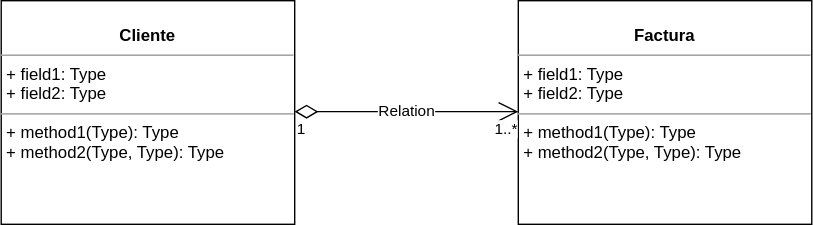
This is diagrams/diag04.drawio.svg from Xurxo-ojea/diagramGit, a draw.io export, as it was before one commit. Source tidied: cells renumbered, new cells last; positions are measured from the earlier drawing's top-left corner, leaving out a move shared by most shapes.
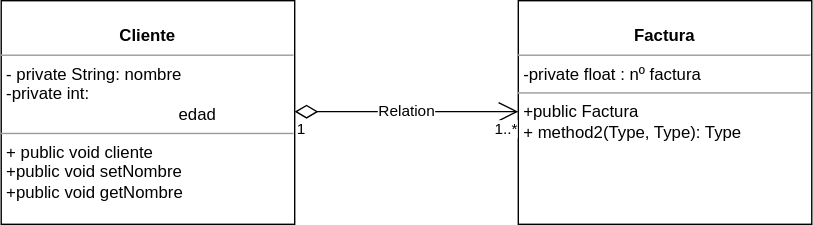
The same diagram one commit later.

Commit message:
ultimo diagrama

Change to the diagram source:
```diff
@@ -2,10 +2,10 @@
   <root>
     <mxCell id="0" />
     <mxCell id="1" parent="0" />
-    <mxCell id="2" value="&lt;p style=&quot;margin: 0px ; margin-top: 4px ; text-align: center&quot;&gt;&lt;br&gt;&lt;b&gt;Factura&lt;/b&gt;&lt;/p&gt;&lt;hr size=&quot;1&quot;&gt;&lt;p style=&quot;margin: 0px ; margin-left: 4px&quot;&gt;+ field1: Type&lt;br&gt;+ field2: Type&lt;/p&gt;&lt;hr size=&quot;1&quot;&gt;&lt;p style=&quot;margin: 0px ; margin-left: 4px&quot;&gt;+ method1(Type): Type&lt;br&gt;+ method2(Type, Type): Type&lt;/p&gt;" style="verticalAlign=top;align=left;overflow=fill;fontSize=12;fontFamily=Helvetica;html=1;" parent="1" vertex="1">
+    <mxCell id="2" value="&lt;p style=&quot;margin: 0px ; margin-top: 4px ; text-align: center&quot;&gt;&lt;br&gt;&lt;b&gt;Factura&lt;/b&gt;&lt;/p&gt;&lt;hr size=&quot;1&quot;&gt;&lt;p style=&quot;margin: 0px ; margin-left: 4px&quot;&gt;-private float : nº factura&lt;/p&gt;&lt;hr size=&quot;1&quot;&gt;&lt;p style=&quot;margin: 0px ; margin-left: 4px&quot;&gt;+public Factura&lt;/p&gt;&lt;p style=&quot;margin: 0px ; margin-left: 4px&quot;&gt;+ method2(Type, Type): Type&lt;/p&gt;" style="verticalAlign=top;align=left;overflow=fill;fontSize=12;fontFamily=Helvetica;html=1;" parent="1" vertex="1">
       <mxGeometry x="370" width="210" height="160" as="geometry" />
     </mxCell>
-    <mxCell id="3" value="&lt;p style=&quot;margin: 0px ; margin-top: 4px ; text-align: center&quot;&gt;&lt;br&gt;&lt;b&gt;Cliente&lt;/b&gt;&lt;/p&gt;&lt;hr size=&quot;1&quot;&gt;&lt;p style=&quot;margin: 0px ; margin-left: 4px&quot;&gt;+ field1: Type&lt;br&gt;+ field2: Type&lt;/p&gt;&lt;hr size=&quot;1&quot;&gt;&lt;p style=&quot;margin: 0px ; margin-left: 4px&quot;&gt;+ method1(Type): Type&lt;br&gt;+ method2(Type, Type): Type&lt;/p&gt;" style="verticalAlign=top;align=left;overflow=fill;fontSize=12;fontFamily=Helvetica;html=1;" parent="1" vertex="1">
+    <mxCell id="3" value="&lt;p style=&quot;margin: 0px ; margin-top: 4px ; text-align: center&quot;&gt;&lt;br&gt;&lt;b&gt;Cliente&lt;/b&gt;&lt;/p&gt;&lt;hr size=&quot;1&quot;&gt;&lt;p style=&quot;margin: 0px ; margin-left: 4px&quot;&gt;- private String: nombre&lt;br&gt;-private int:&lt;span style=&quot;white-space: pre;&quot;&gt;&#9;&lt;/span&gt;&amp;nbsp; edad&lt;/p&gt;&lt;hr size=&quot;1&quot;&gt;&lt;p style=&quot;margin: 0px ; margin-left: 4px&quot;&gt;+ public void cliente&lt;br&gt;+public void setNombre&lt;/p&gt;&lt;p style=&quot;margin: 0px ; margin-left: 4px&quot;&gt;+public void getNombre&lt;/p&gt;" style="verticalAlign=top;align=left;overflow=fill;fontSize=12;fontFamily=Helvetica;html=1;labelBorderColor=none;" parent="1" vertex="1">
       <mxGeometry width="210" height="160" as="geometry" />
     </mxCell>
     <mxCell id="4" value="Relation" style="endArrow=open;html=1;endSize=12;startArrow=diamondThin;startSize=14;startFill=0;edgeStyle=orthogonalEdgeStyle;" parent="1" edge="1">
```
